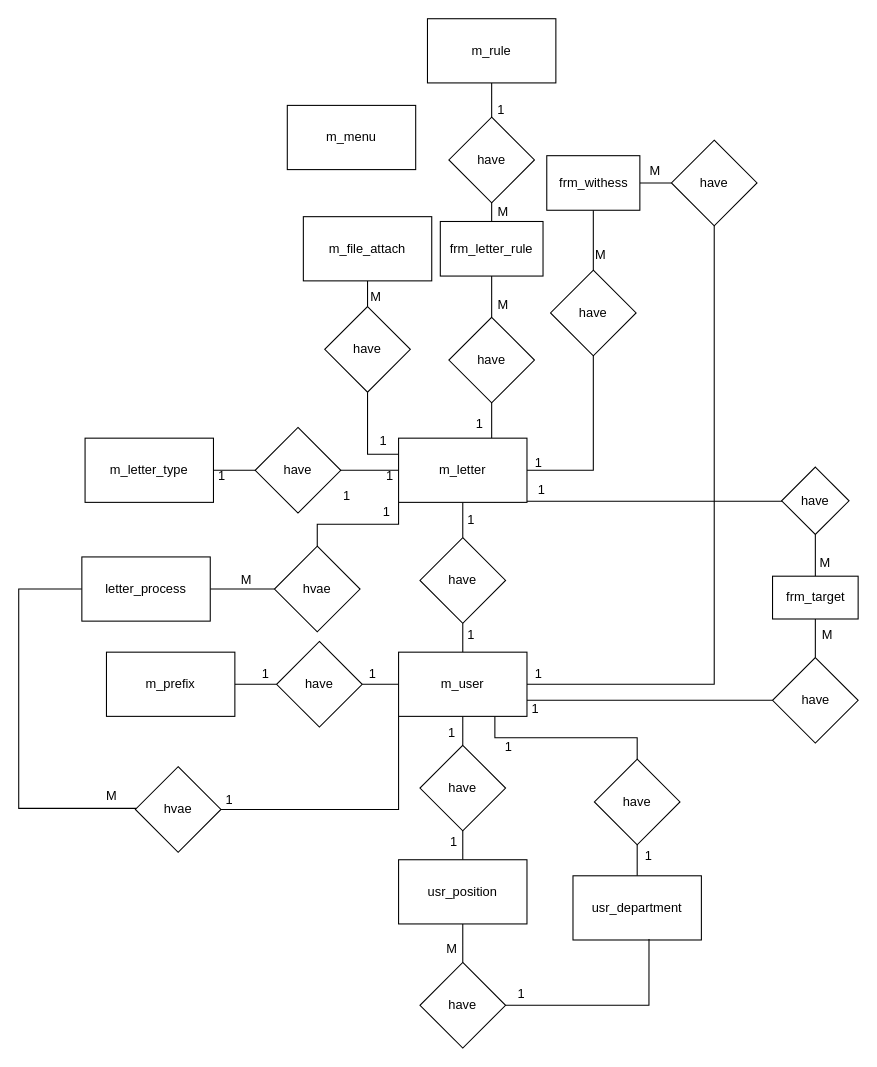
Earlier version of the draw.io diagram document/Er.drawio (kraingkai123/warning_letter_system). Source tidied: cells renumbered, new cells numbered last; positions are measured from the earlier drawing's top-left corner, leaving out a move shared by most shapes. Both pictures are drawn from the tidied source at 107%, with x=0, y=0 at pixel (18, 18).
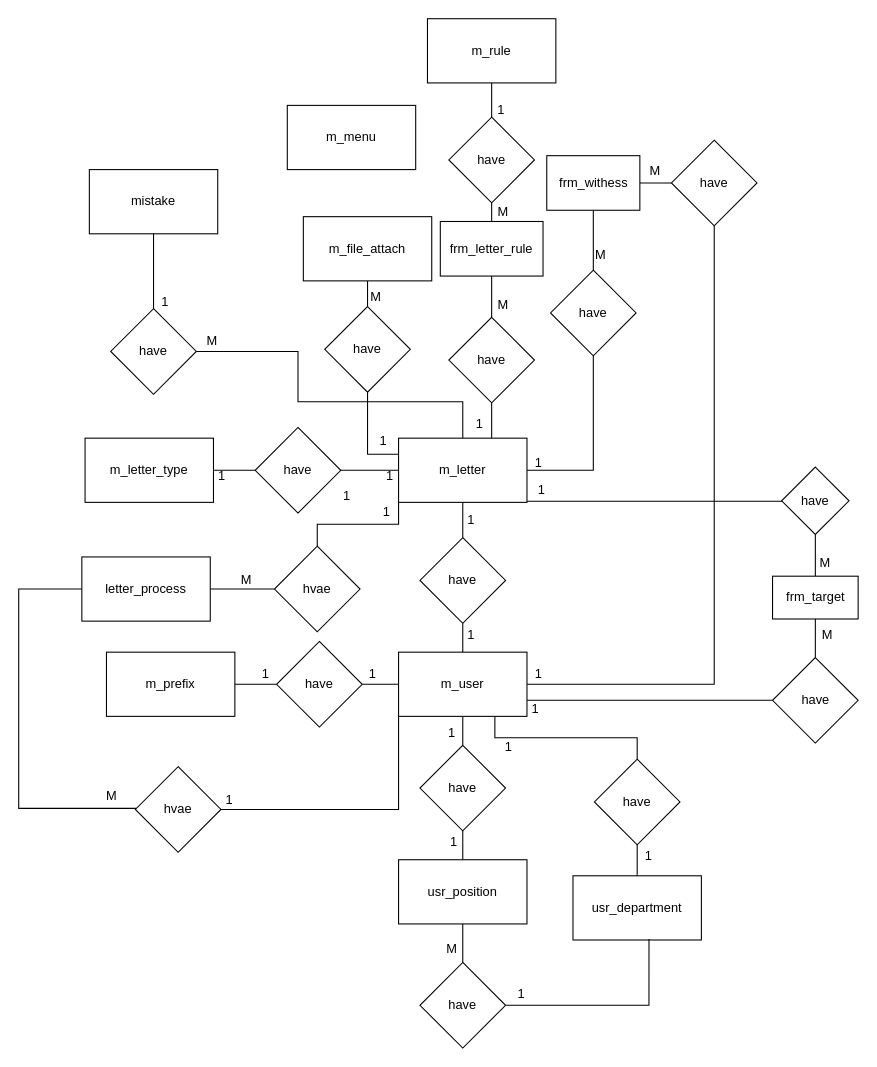
Above is the later version.

Commit message (it also covers changes not shown here):
add mistake data

Unchanged cells that the change refers to:
```xml
<mxCell id="10" value="m_letter" style="rounded=0;whiteSpace=wrap;html=1;" parent="1" vertex="1">
  <mxGeometry x="355" y="392" width="120" height="60" as="geometry" />
</mxCell>
```

Diff of the diagram source:
```diff
@@
+    <mxCell id="91" style="edgeStyle=orthogonalEdgeStyle;rounded=0;jettySize=auto;html=1;entryX=1;entryY=0.5;entryDx=0;entryDy=0;endArrow=none;startFill=0;" parent="1" edge="1" source="10" target="94">
+      <mxGeometry relative="1" as="geometry">
+        <Array as="points">
+          <mxPoint x="415" y="358" />
+          <mxPoint x="261" y="358" />
+          <mxPoint x="261" y="311" />
+        </Array>
+      </mxGeometry>
+    </mxCell>
@@
+    <mxCell id="92" style="edgeStyle=orthogonalEdgeStyle;rounded=0;jettySize=auto;html=1;endArrow=none;startFill=0;" parent="1" edge="1" source="93" target="94">
+      <mxGeometry relative="1" as="geometry" />
+    </mxCell>
+    <mxCell id="93" value="mistake" style="rounded=0;whiteSpace=wrap;html=1;" parent="1" vertex="1">
+      <mxGeometry x="66" y="141" width="120" height="60" as="geometry" />
+    </mxCell>
+    <mxCell id="94" value="have" style="rhombus;whiteSpace=wrap;html=1;rounded=0;" parent="1" vertex="1">
+      <mxGeometry x="86" y="271" width="80" height="80" as="geometry" />
+    </mxCell>
+    <mxCell id="95" value="1" style="text;html=1;align=center;verticalAlign=middle;whiteSpace=wrap;rounded=0;" parent="1" vertex="1">
+      <mxGeometry x="129" y="256" width="16" height="18" as="geometry" />
+    </mxCell>
+    <mxCell id="96" value="M" style="text;html=1;align=center;verticalAlign=middle;whiteSpace=wrap;rounded=0;" parent="1" vertex="1">
+      <mxGeometry x="173" y="292" width="16" height="18" as="geometry" />
+    </mxCell>
```
